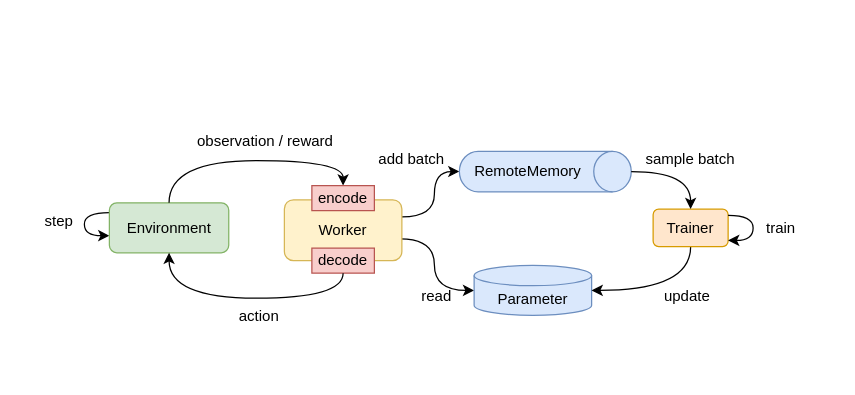
Earlier version of the draw.io diagram page "sequence" (1 of 4) of diagrams/overview.drawio (pocokhc/simple_distributed_rl). Source tidied: cells renumbered, new cells numbered last; positions are measured from the earlier drawing's top-left corner, leaving out a move shared by most shapes. Both pictures are drawn from the tidied source at 125%, with x=0, y=0 at pixel (21, 85).
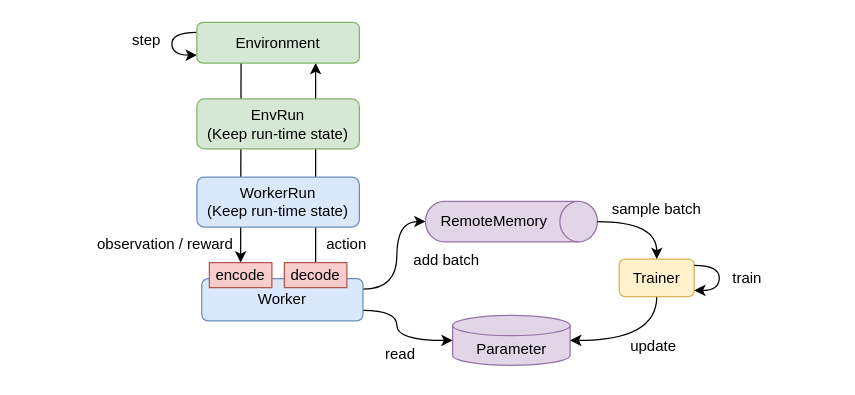
Above is the later version.

Change to the diagram source:
```diff
@@
+    <mxCell id="23" style="rounded=0;jettySize=auto;html=1;entryX=0.5;entryY=0;entryDx=0;entryDy=0;exitX=0.272;exitY=0.968;exitDx=0;exitDy=0;exitPerimeter=0;" parent="1" edge="1" source="22" target="24">
+      <mxGeometry relative="1" as="geometry" />
+    </mxCell>
+    <mxCell id="27" style="rounded=0;jettySize=auto;html=1;exitX=0.5;exitY=0;exitDx=0;exitDy=0;" parent="1" edge="1" source="25">
+      <mxGeometry relative="1" as="geometry">
+        <mxPoint x="235" y="-18.1" as="targetPoint" />
+      </mxGeometry>
+    </mxCell>
-    <mxCell id="2" style="edgeStyle=orthogonalEdgeStyle;curved=1;rounded=0;jettySize=auto;html=1;exitX=0;exitY=0.5;exitDx=0;exitDy=0;exitPerimeter=0;entryX=0.986;entryY=0.644;entryDx=0;entryDy=0;endArrow=none;endFill=0;startArrow=classic;startFill=1;entryPerimeter=0;" parent="1" edge="1" source="3" target="9">
+    <mxCell id="2" style="edgeStyle=orthogonalEdgeStyle;curved=1;rounded=0;jettySize=auto;html=1;exitX=0;exitY=0.5;exitDx=0;exitDy=0;exitPerimeter=0;endArrow=none;endFill=0;startArrow=classic;startFill=1;entryX=1;entryY=0.75;entryDx=0;entryDy=0;" parent="1" edge="1" source="3" target="9">
       <mxGeometry relative="1" as="geometry">
         <Array as="points">
-          <mxPoint x="330" y="164" />
-          <mxPoint x="330" y="123" />
+          <mxPoint x="300" y="204" />
+          <mxPoint x="300" y="180" />
+          <mxPoint x="273" y="180" />
         </Array>
       </mxGeometry>
     </mxCell>
-    <mxCell id="3" value="Parameter" style="shape=cylinder3;whiteSpace=wrap;html=1;boundedLbl=1;backgroundOutline=1;size=8.142857142857167;fillColor=#dae8fc;strokeColor=#6c8ebf;" parent="1" vertex="1">
-      <mxGeometry x="361.8" y="143.8" width="94" height="40" as="geometry" />
+    <mxCell id="3" value="Parameter" style="shape=cylinder3;whiteSpace=wrap;html=1;boundedLbl=1;backgroundOutline=1;size=8.142857142857167;fillColor=#e1d5e7;strokeColor=#9673a6;" parent="1" vertex="1">
+      <mxGeometry x="344.6" y="183.8" width="94" height="40" as="geometry" />
     </mxCell>
@@
-    <mxCell id="5" value="Trainer" style="rounded=1;whiteSpace=wrap;html=1;fillColor=#ffe6cc;strokeColor=#d79b00;" parent="1" vertex="1">
-      <mxGeometry x="505" y="98.8" width="60" height="30" as="geometry" />
+    <mxCell id="5" value="Trainer" style="rounded=1;whiteSpace=wrap;html=1;fillColor=#fff2cc;strokeColor=#d6b656;" parent="1" vertex="1">
+      <mxGeometry x="477.9" y="138.8" width="60" height="30" as="geometry" />
     </mxCell>
     <mxCell id="6" style="edgeStyle=orthogonalEdgeStyle;rounded=0;orthogonalLoop=1;jettySize=auto;html=1;curved=1;exitX=0;exitY=0;exitDx=0;exitDy=0;" parent="1" edge="1">
       <mxGeometry relative="1" as="geometry">
-        <mxPoint x="70" y="101.6" as="sourcePoint" />
-        <mxPoint x="70" y="120" as="targetPoint" />
+        <mxPoint x="140" y="-42.7" as="sourcePoint" />
+        <mxPoint x="140" y="-24.4" as="targetPoint" />
         <Array as="points">
-          <mxPoint x="50" y="102" />
-          <mxPoint x="50" y="120" />
+          <mxPoint x="120" y="-42.4" />
+          <mxPoint x="120" y="-24.4" />
         </Array>
       </mxGeometry>
     </mxCell>
     <mxCell id="7" value="step" style="text;html=1;strokeColor=none;fillColor=none;align=center;verticalAlign=middle;whiteSpace=wrap;rounded=0;" parent="1" vertex="1">
-      <mxGeometry y="93.7" width="60" height="30" as="geometry" />
+      <mxGeometry x="70" y="-50.6" width="60" height="30" as="geometry" />
     </mxCell>
-    <mxCell id="8" style="edgeStyle=orthogonalEdgeStyle;curved=1;rounded=0;jettySize=auto;html=1;entryX=0.5;entryY=1;entryDx=0;entryDy=0;entryPerimeter=0;" parent="1" edge="1" source="9" target="13">
+    <mxCell id="8" style="edgeStyle=orthogonalEdgeStyle;curved=1;rounded=0;jettySize=auto;html=1;entryX=0.5;entryY=1;entryDx=0;entryDy=0;entryPerimeter=0;exitX=1;exitY=0.25;exitDx=0;exitDy=0;" parent="1" edge="1" source="9" target="13">
       <mxGeometry relative="1" as="geometry">
         <Array as="points">
-          <mxPoint x="330" y="105" />
-          <mxPoint x="330" y="69" />
+          <mxPoint x="300" y="163" />
+          <mxPoint x="300" y="109" />
+          <mxPoint x="323" y="109" />
         </Array>
       </mxGeometry>
     </mxCell>
-    <mxCell id="9" value="Worker" style="rounded=1;whiteSpace=wrap;html=1;fillColor=#fff2cc;strokeColor=#d6b656;" parent="1" vertex="1">
-      <mxGeometry x="210" y="91.3" width="94" height="48.7" as="geometry" />
-    </mxCell>
     <mxCell id="10" value="observation /&amp;nbsp;reward" style="text;html=1;strokeColor=none;fillColor=none;align=center;verticalAlign=middle;whiteSpace=wrap;rounded=0;" parent="1" vertex="1">
-      <mxGeometry x="130" y="30" width="130" height="30" as="geometry" />
+      <mxGeometry x="50" y="111.6" width="130" height="30" as="geometry" />
     </mxCell>
     <mxCell id="11" value="action" style="text;html=1;strokeColor=none;fillColor=none;align=center;verticalAlign=middle;whiteSpace=wrap;rounded=0;" parent="1" vertex="1">
-      <mxGeometry x="160" y="170" width="60" height="30" as="geometry" />
+      <mxGeometry x="230" y="111.9" width="60" height="30" as="geometry" />
     </mxCell>
     <mxCell id="12" style="group;" parent="1" vertex="1">
-      <mxGeometry x="350" y="52.5" width="137.5" height="32.5" as="geometry" />
+      <mxGeometry x="322.9" y="92.5" width="137.5" height="32.5" as="geometry" />
     </mxCell>
-    <mxCell id="13" style="shape=cylinder3;whiteSpace=wrap;html=1;boundedLbl=1;backgroundOutline=1;size=15;rotation=90;fillColor=#dae8fc;strokeColor=#6c8ebf;" parent="12" vertex="1">
+    <mxCell id="13" style="shape=cylinder3;whiteSpace=wrap;html=1;boundedLbl=1;backgroundOutline=1;size=15;rotation=90;fillColor=#e1d5e7;strokeColor=#9673a6;" parent="12" vertex="1">
       <mxGeometry x="52.5" y="-52.5" width="32.5" height="137.5" as="geometry" />
     </mxCell>
@@
     <mxCell id="15" value="add batch" style="text;html=1;strokeColor=none;fillColor=none;align=center;verticalAlign=middle;whiteSpace=wrap;rounded=0;" parent="1" vertex="1">
-      <mxGeometry x="282" y="43.8" width="60" height="30" as="geometry" />
+      <mxGeometry x="310" y="125" width="60" height="30" as="geometry" />
     </mxCell>
@@
     <mxCell id="17" value="sample batch" style="text;html=1;strokeColor=none;fillColor=none;align=center;verticalAlign=middle;whiteSpace=wrap;rounded=0;" parent="1" vertex="1">
-      <mxGeometry x="490" y="43.8" width="90" height="30" as="geometry" />
+      <mxGeometry x="462.9" y="83.8" width="90" height="30" as="geometry" />
     </mxCell>
     <mxCell id="18" value="update" style="text;html=1;strokeColor=none;fillColor=none;align=center;verticalAlign=middle;whiteSpace=wrap;rounded=0;" parent="1" vertex="1">
-      <mxGeometry x="490" y="153.8" width="85" height="30" as="geometry" />
+      <mxGeometry x="462.9" y="193.8" width="85" height="30" as="geometry" />
     </mxCell>
     <mxCell id="19" value="read" style="text;html=1;strokeColor=none;fillColor=none;align=center;verticalAlign=middle;whiteSpace=wrap;rounded=0;" parent="1" vertex="1">
-      <mxGeometry x="301.8" y="153.8" width="60" height="30" as="geometry" />
+      <mxGeometry x="272.9" y="200" width="60" height="30" as="geometry" />
     </mxCell>
@@
     <mxCell id="21" value="train" style="text;html=1;strokeColor=none;fillColor=none;align=center;verticalAlign=middle;whiteSpace=wrap;rounded=0;" parent="1" vertex="1">
-      <mxGeometry x="565" y="98.8" width="85" height="30" as="geometry" />
+      <mxGeometry x="537.9" y="138.8" width="85" height="30" as="geometry" />
     </mxCell>
     <mxCell id="22" value="Environment" style="rounded=1;whiteSpace=wrap;html=1;fillColor=#d5e8d4;strokeColor=#82b366;" parent="1" vertex="1">
-      <mxGeometry x="70" y="93.7" width="95.5" height="40" as="geometry" />
+      <mxGeometry x="140" y="-50.6" width="130" height="32.5" as="geometry" />
     </mxCell>
-    <mxCell id="23" style="edgeStyle=orthogonalEdgeStyle;curved=1;rounded=0;jettySize=auto;html=1;exitX=0.5;exitY=0;exitDx=0;exitDy=0;entryX=0.5;entryY=0;entryDx=0;entryDy=0;" parent="1" edge="1" source="22" target="24">
-      <mxGeometry relative="1" as="geometry">
-        <Array as="points">
-          <mxPoint x="118" y="60" />
-          <mxPoint x="257" y="60" />
-        </Array>
-      </mxGeometry>
-    </mxCell>
+    <mxCell id="28" value="EnvRun&lt;br&gt;(Keep run-time state)" style="rounded=1;whiteSpace=wrap;html=1;fillColor=#d5e8d4;strokeColor=#82b366;" parent="1" vertex="1">
+      <mxGeometry x="140" y="10.6" width="130" height="40" as="geometry" />
+    </mxCell>
+    <mxCell id="29" value="WorkerRun&lt;br&gt;(Keep run-time state)" style="rounded=1;whiteSpace=wrap;html=1;fillColor=#dae8fc;strokeColor=#6c8ebf;" parent="1" vertex="1">
+      <mxGeometry x="140" y="73.1" width="130" height="40" as="geometry" />
+    </mxCell>
+    <mxCell id="9" value="Worker" style="rounded=1;whiteSpace=wrap;html=1;fillColor=#dae8fc;strokeColor=#6c8ebf;" parent="1" vertex="1">
+      <mxGeometry x="143.9" y="154.4" width="129" height="33.8" as="geometry" />
+    </mxCell>
+    <mxCell id="25" value="decode" style="rounded=0;whiteSpace=wrap;html=1;fillColor=#f8cecc;strokeColor=#b85450;" parent="1" vertex="1">
+      <mxGeometry x="210" y="141.6" width="50" height="20" as="geometry" />
+    </mxCell>
     <mxCell id="24" value="encode" style="rounded=0;whiteSpace=wrap;html=1;fillColor=#f8cecc;strokeColor=#b85450;" parent="1" vertex="1">
-      <mxGeometry x="232" y="80" width="50" height="20" as="geometry" />
+      <mxGeometry x="150" y="141.6" width="50" height="20" as="geometry" />
     </mxCell>
-    <mxCell id="25" value="decode" style="rounded=0;whiteSpace=wrap;html=1;fillColor=#f8cecc;strokeColor=#b85450;" parent="1" vertex="1">
-      <mxGeometry x="232" y="130" width="50" height="20" as="geometry" />
-    </mxCell>
-    <mxCell id="26" style="edgeStyle=orthogonalEdgeStyle;curved=1;rounded=0;jettySize=auto;html=1;exitX=0.5;exitY=1;exitDx=0;exitDy=0;entryX=0.5;entryY=1;entryDx=0;entryDy=0;" parent="1" edge="1" source="25" target="22">
-      <mxGeometry relative="1" as="geometry">
-        <Array as="points">
-          <mxPoint x="257" y="170" />
-          <mxPoint x="118" y="170" />
-        </Array>
-      </mxGeometry>
-    </mxCell>
```
